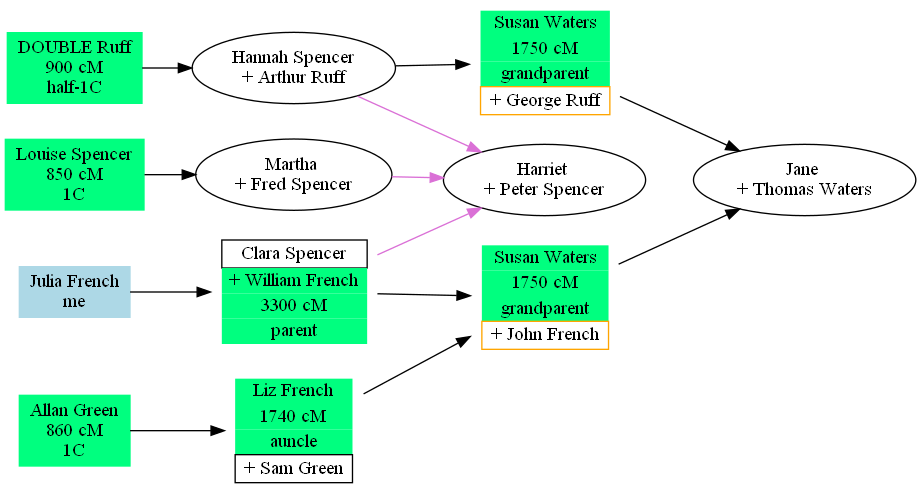
This is test-data/double-cousins.png from johnandrea/draw-dna-matches, a Graphviz export, as it was before one commit. Its source is kept beside it as test-data/double-cousins.dot.
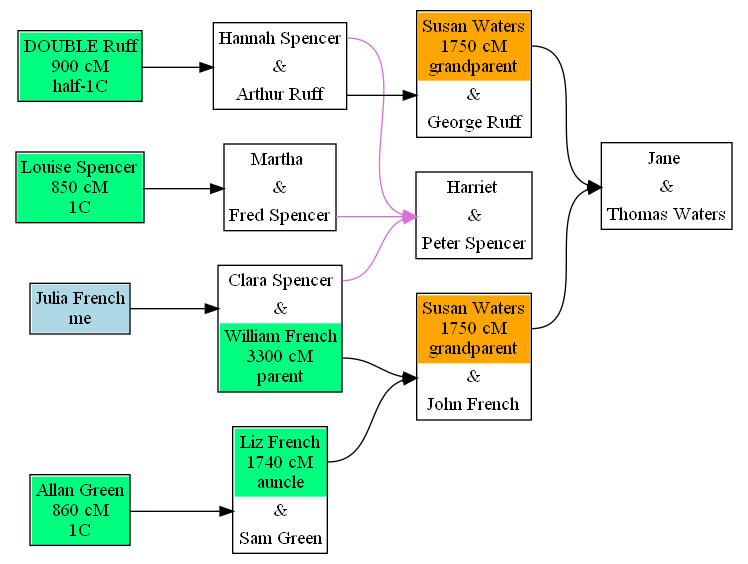
Above is the later version.

Diff of the diagram source:
```diff
@@ -1,55 +1,80 @@
 digraph family {
+node [shape=plaintext];
 rankdir=LR;
 f2 [label=<
-<table cellpadding="2" cellborder="0" cellspacing="0" border="0">
-<tr><td bgcolor="springgreen"> Susan Waters </td></tr>
-<tr><td bgcolor="springgreen">1750 cM</td></tr>
-<tr><td bgcolor="springgreen">grandparent</td></tr>
-<tr><td border="1"> + John French </td></tr>
-</table>
->, shape="none", color=orange];
+<table cellpadding="3" border="1" cellspacing="0" cellborder="0">
+<tr><td port="w" bgcolor="orange">Susan Waters<br/>1750 cM<br/>grandparent</td></tr>
+<tr><td port="u">&amp;</td></tr>
+<tr><td port="h">John French</td></tr>
+</table>>];
 f3 [label=<
-<table cellpadding="2" cellborder="0" cellspacing="0" border="0">
-<tr><td border="1"> Clara Spencer </td></tr>
-<tr><td bgcolor="springgreen"> + William French </td></tr>
-<tr><td bgcolor="springgreen">3300 cM</td></tr>
-<tr><td bgcolor="springgreen">parent</td></tr>
-</table>
->, shape="none"];
+<table cellpadding="3" border="1" cellspacing="0" cellborder="0">
+<tr><td port="w">Clara Spencer</td></tr>
+<tr><td port="u">&amp;</td></tr>
+<tr><td port="h" bgcolor="springgreen">William French<br/>3300 cM<br/>parent</td></tr>
+</table>>];
 f4 [label=<
-<table cellpadding="2" cellborder="0" cellspacing="0" border="0">
-<tr><td bgcolor="springgreen"> Liz French </td></tr>
-<tr><td bgcolor="springgreen">1740 cM</td></tr>
-<tr><td bgcolor="springgreen">auncle</td></tr>
-<tr><td border="1"> + Sam Green </td></tr>
-</table>
->, shape="none"];
-f6 [label="Harriet \n+ Peter Spencer"];
-f7 [label="Martha \n+ Fred Spencer"];
+<table cellpadding="3" border="1" cellspacing="0" cellborder="0">
+<tr><td port="w" bgcolor="springgreen">Liz French<br/>1740 cM<br/>auncle</td></tr>
+<tr><td port="u">&amp;</td></tr>
+<tr><td port="h">Sam Green</td></tr>
+</table>>];
+f6 [label=<
+<table cellpadding="3" border="1" cellspacing="0" cellborder="0">
+<tr><td port="w">Harriet </td></tr>
+<tr><td port="u">&amp;</td></tr>
+<tr><td port="h">Peter Spencer</td></tr>
+</table>>];
+f7 [label=<
+<table cellpadding="3" border="1" cellspacing="0" cellborder="0">
+<tr><td port="w">Martha </td></tr>
+<tr><td port="u">&amp;</td></tr>
+<tr><td port="h">Fred Spencer</td></tr>
+</table>>];
 f5 [label=<
-<table cellpadding="2" cellborder="0" cellspacing="0" border="0">
-<tr><td bgcolor="springgreen"> Susan Waters </td></tr>
-<tr><td bgcolor="springgreen">1750 cM</td></tr>
-<tr><td bgcolor="springgreen">grandparent</td></tr>
-<tr><td border="1"> + George Ruff </td></tr>
-</table>
->, shape="none", color=orange];
-f8 [label="Hannah Spencer\n+ Arthur Ruff"];
-f1 [label="Jane \n+ Thomas Waters"];
-i7 [label="Julia French\nme", shape="record", style=filled, color=lightblue];
-i19 [label="DOUBLE Ruff\n900 cM\nhalf-1C", shape="record", style=filled, color=springgreen];
-i10 [label="Allan Green\n860 cM\n1C", shape="record", style=filled, color=springgreen];
-i18 [label="Louise Spencer\n850 cM\n1C", shape="record", style=filled, color=springgreen];
-f2 -> f1;
-f8 -> f5;
-i10 -> f4;
-f5 -> f1;
-f4 -> f2;
-i7 -> f3;
-i19 -> f8;
-i18 -> f7;
-f8 -> f6 [color=orchid];
-f3 -> f6 [color=orchid];
-f7 -> f6 [color=orchid];
-f3 -> f2;
+<table cellpadding="3" border="1" cellspacing="0" cellborder="0">
+<tr><td port="w" bgcolor="orange">Susan Waters<br/>1750 cM<br/>grandparent</td></tr>
+<tr><td port="u">&amp;</td></tr>
+<tr><td port="h">George Ruff</td></tr>
+</table>>];
+f8 [label=<
+<table cellpadding="3" border="1" cellspacing="0" cellborder="0">
+<tr><td port="w">Hannah Spencer</td></tr>
+<tr><td port="u">&amp;</td></tr>
+<tr><td port="h">Arthur Ruff</td></tr>
+</table>>];
+f1 [label=<
+<table cellpadding="3" border="1" cellspacing="0" cellborder="0">
+<tr><td port="w">Jane </td></tr>
+<tr><td port="u">&amp;</td></tr>
+<tr><td port="h">Thomas Waters</td></tr>
+</table>>];
+i18 [label=<
+<table cellpadding="3" border="1" cellspacing="0" cellborder="0">
+<tr><td port="i" bgcolor="springgreen">Louise Spencer<br/>850 cM<br/>1C</td></tr>
+</table>>];
+i7 [label=<
+<table cellpadding="3" border="1" cellspacing="0" cellborder="0">
+<tr><td port="i" bgcolor="lightblue">Julia French<br/>me</td></tr>
+</table>>];
+i19 [label=<
+<table cellpadding="3" border="1" cellspacing="0" cellborder="0">
+<tr><td port="i" bgcolor="springgreen">DOUBLE Ruff<br/>900 cM<br/>half-1C</td></tr>
+</table>>];
+i10 [label=<
+<table cellpadding="3" border="1" cellspacing="0" cellborder="0">
+<tr><td port="i" bgcolor="springgreen">Allan Green<br/>860 cM<br/>1C</td></tr>
+</table>>];
+f8:h -> f5:u;
+f2:w -> f1:u;
+f7:h -> f6:u [color=orchid];
+f5:w -> f1:u;
+f4:w -> f2:u;
+f3:w -> f6:u [color=orchid];
+i19:i -> f8:u;
+i10:i -> f4:u;
+f3:h -> f2:u;
+i18:i -> f7:u;
+f8:w -> f6:u [color=orchid];
+i7:i -> f3:u;
 }
```
